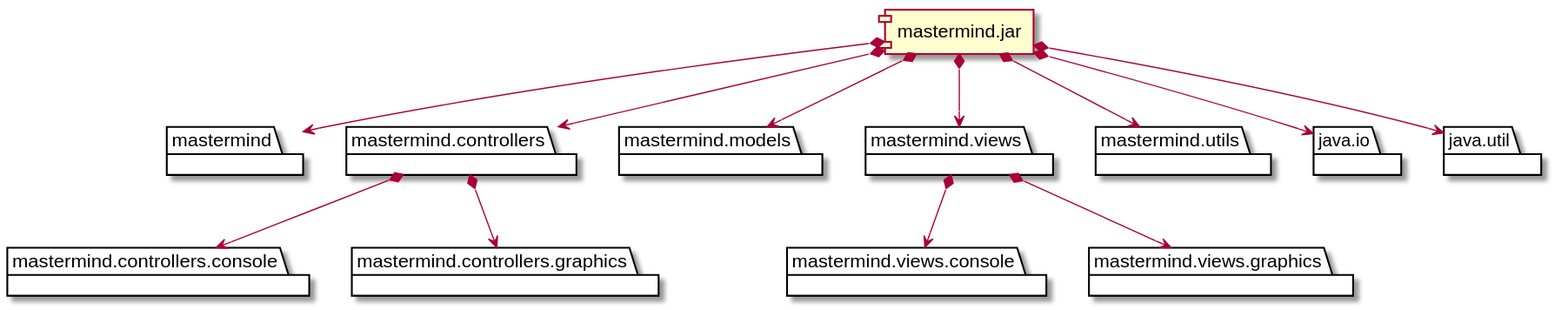
Earlier version of the PlantUML export docs/build/docs/asciidoc/images/diagramaImplementacion.svg (amartinm82/mastermind).
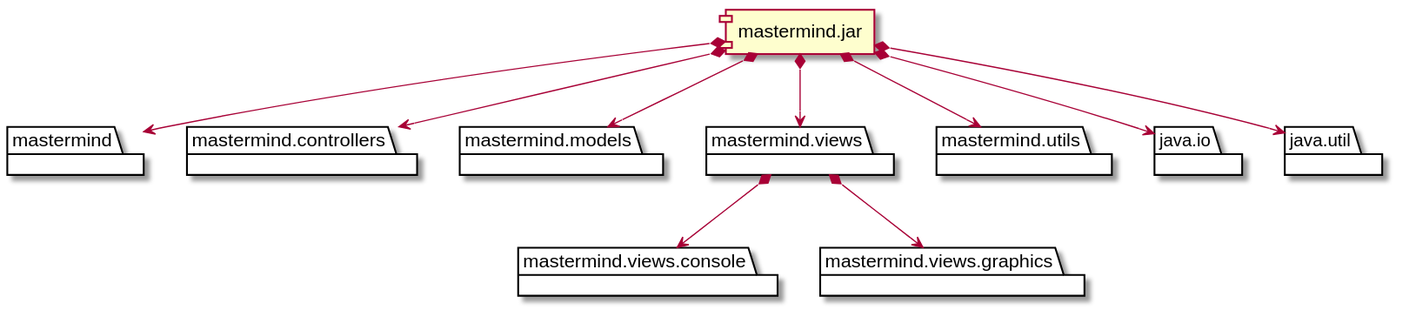
Later version of the same file.

Diff of the diagram source:
```diff
@@ -3,10 +3,6 @@
 package "  "  as mastermind {
 }
 package "  "  as mastermind.controllers {
-}
-package "  "  as mastermind.controllers.console {
-}
-package "  "  as mastermind.controllers.graphics {
 }
 package "  "  as mastermind.models {
 }
@@ -27,8 +23,6 @@
 
 jar *--> mastermind
 jar *--> mastermind.controllers
-mastermind.controllers *--> mastermind.controllers.console
-mastermind.controllers *--> mastermind.controllers.graphics
 jar *--> mastermind.models
 jar *--> mastermind.views
 mastermind.views *--> mastermind.views.console
```
